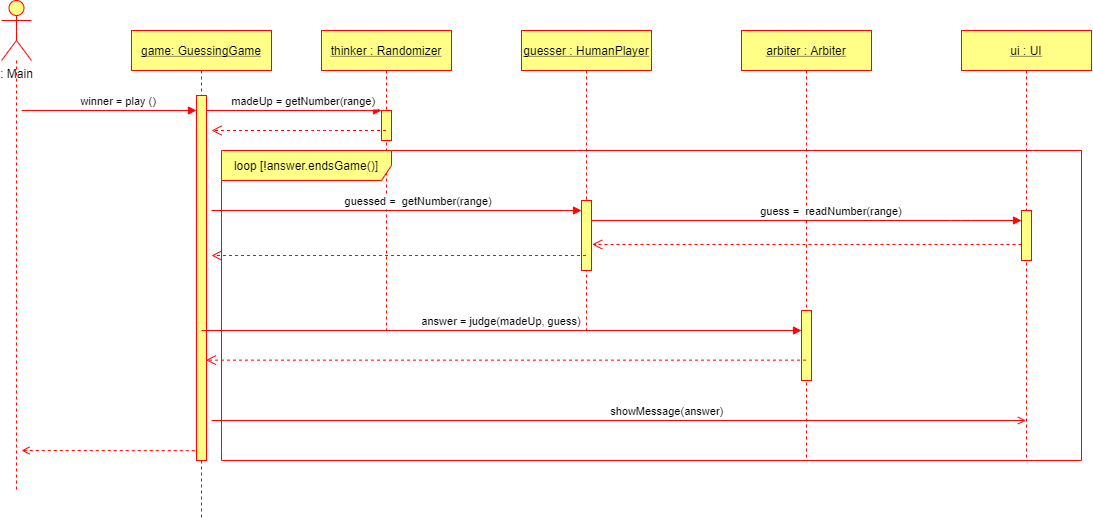
Szymon-Skazinski/CHARTS keeps this draw.io diagram as sequence_diagram_diagrams.png. Above is the earlier version. Source tidied: cells renumbered, new cells last; positions are measured from the earlier drawing's top-left corner, leaving out a move shared by most shapes.
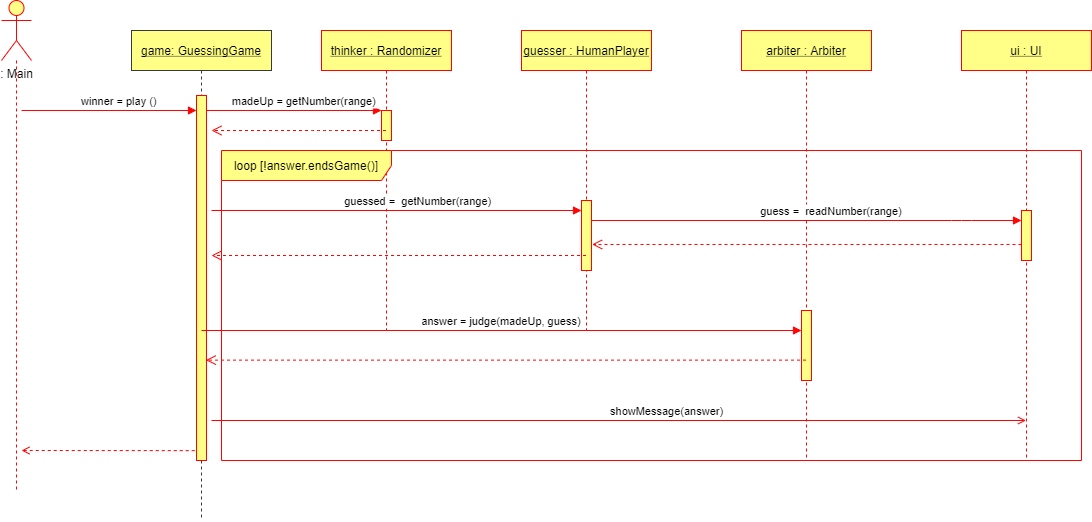
The same file after the commit.

What changed in the source:
```diff
@@ -2,7 +2,7 @@
   <root>
     <mxCell id="0" />
     <mxCell id="1" parent="0" />
-    <mxCell id="2" value="game: GuessingGame" style="shape=umlLifeline;perimeter=lifelinePerimeter;rounded=0;shadow=0;strokeWidth=1;fillColor=#ffff88;fontStyle=4;strokeColor=#FF0303;" parent="1" vertex="1">
+    <mxCell id="2" value="game: GuessingGame" style="shape=umlLifeline;perimeter=lifelinePerimeter;rounded=0;shadow=0;strokeWidth=1;fillColor=#ffff88;fontStyle=4;strokeColor=#36393d;" parent="1" vertex="1">
       <mxGeometry x="130" y="30" width="140" height="490" as="geometry" />
     </mxCell>
     <mxCell id="3" style="points=[];perimeter=orthogonalPerimeter;rounded=0;shadow=0;strokeWidth=1;fillColor=#ffff88;strokeColor=#FF0303;" parent="2" vertex="1">
```
